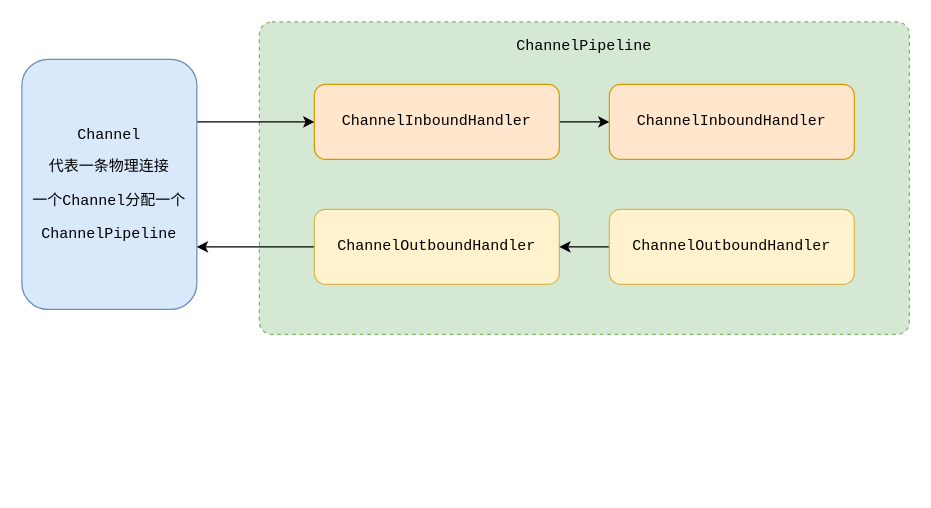
erlieStar/diagrams keeps this draw.io diagram as netty/channelHandlerContext.drawio. Above is the earlier version. Source tidied: cells renumbered, new cells numbered last; positions are measured from the earlier drawing's top-left corner, leaving out a move shared by most shapes. Both pictures are drawn from the tidied source at 125%, with x=0, y=0 at pixel (21, 21).
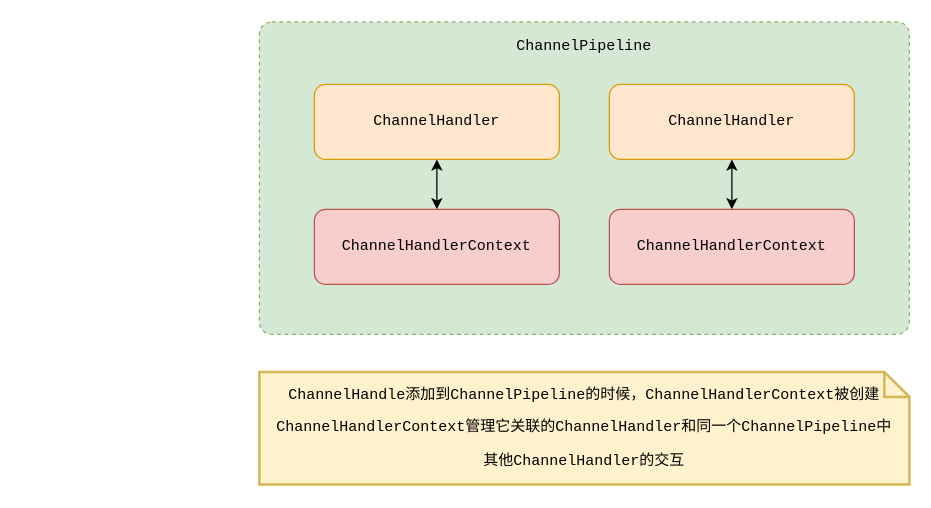
Above is the later version.

Diff of the diagram source:
```diff
@@
 <mxGraphModel>
   <root>
     <mxCell id="0" />
     <mxCell id="1" parent="0" />
     <mxCell id="2" style="html=1;align=center;verticalAlign=top;rounded=1;absoluteArcSize=1;arcSize=20;dashed=1;fillColor=#d5e8d4;strokeColor=#82b366;" parent="1" vertex="1">
       <mxGeometry x="190" width="520" height="250" as="geometry" />
     </mxCell>
-    <mxCell id="3" style="edgeStyle=orthogonalEdgeStyle;rounded=0;jettySize=auto;html=1;exitX=1;exitY=0.25;exitDx=0;exitDy=0;entryX=0;entryY=0.5;entryDx=0;entryDy=0;" parent="1" edge="1" source="4" target="6">
-      <mxGeometry relative="1" as="geometry" />
-    </mxCell>
-    <mxCell id="4" value="&lt;pre&gt;Channel&lt;/pre&gt;&lt;pre&gt;代表一条物理连接&lt;/pre&gt;&lt;pre&gt;一个Channel分配一个&lt;/pre&gt;&lt;pre&gt;&lt;pre&gt;ChannelPipeline&lt;/pre&gt;&lt;/pre&gt;" style="rounded=1;whiteSpace=wrap;html=1;fillColor=#dae8fc;strokeColor=#6c8ebf;" parent="1" vertex="1">
-      <mxGeometry y="30" width="140" height="200" as="geometry" />
-    </mxCell>
-    <mxCell id="5" style="edgeStyle=orthogonalEdgeStyle;rounded=0;jettySize=auto;html=1;exitX=1;exitY=0.5;exitDx=0;exitDy=0;entryX=0;entryY=0.5;entryDx=0;entryDy=0;" parent="1" edge="1" source="6" target="7">
-      <mxGeometry relative="1" as="geometry" />
-    </mxCell>
+    <mxCell id="13" style="edgeStyle=orthogonalEdgeStyle;rounded=0;jettySize=auto;html=1;exitX=0.5;exitY=1;exitDx=0;exitDy=0;entryX=0.5;entryY=0;entryDx=0;entryDy=0;startArrow=classic;startFill=1;" parent="1" edge="1" source="6" target="9">
+      <mxGeometry relative="1" as="geometry" />
+    </mxCell>
-    <mxCell id="6" value="&lt;pre&gt;&lt;pre&gt;ChannelInboundHandler&lt;/pre&gt;&lt;/pre&gt;" style="rounded=1;whiteSpace=wrap;html=1;fillColor=#ffe6cc;strokeColor=#d79b00;" parent="1" vertex="1">
+    <mxCell id="6" value="&lt;pre&gt;&lt;pre&gt;ChannelHandler&lt;/pre&gt;&lt;/pre&gt;" style="rounded=1;whiteSpace=wrap;html=1;fillColor=#ffe6cc;strokeColor=#d79b00;" parent="1" vertex="1">
       <mxGeometry x="234" y="50" width="196" height="60" as="geometry" />
     </mxCell>
+    <mxCell id="14" style="edgeStyle=orthogonalEdgeStyle;rounded=0;jettySize=auto;html=1;exitX=0.5;exitY=1;exitDx=0;exitDy=0;entryX=0.5;entryY=0;entryDx=0;entryDy=0;startArrow=classic;startFill=1;" parent="1" edge="1" source="7" target="11">
+      <mxGeometry relative="1" as="geometry" />
+    </mxCell>
-    <mxCell id="7" value="&lt;pre&gt;&lt;pre&gt;ChannelInboundHandler&lt;/pre&gt;&lt;/pre&gt;" style="rounded=1;whiteSpace=wrap;html=1;fillColor=#ffe6cc;strokeColor=#d79b00;" parent="1" vertex="1">
+    <mxCell id="7" value="&lt;pre&gt;&lt;pre&gt;ChannelHandler&lt;/pre&gt;&lt;/pre&gt;" style="rounded=1;whiteSpace=wrap;html=1;fillColor=#ffe6cc;strokeColor=#d79b00;" parent="1" vertex="1">
       <mxGeometry x="470" y="50" width="196" height="60" as="geometry" />
     </mxCell>
-    <mxCell id="8" style="edgeStyle=orthogonalEdgeStyle;rounded=0;jettySize=auto;html=1;exitX=0;exitY=0.5;exitDx=0;exitDy=0;entryX=1;entryY=0.75;entryDx=0;entryDy=0;" parent="1" edge="1" source="9" target="4">
-      <mxGeometry relative="1" as="geometry" />
-    </mxCell>
-    <mxCell id="9" value="&lt;pre&gt;&lt;pre&gt;&lt;pre&gt;ChannelOutboundHandler&lt;/pre&gt;&lt;/pre&gt;&lt;/pre&gt;" style="rounded=1;whiteSpace=wrap;html=1;fillColor=#fff2cc;strokeColor=#d6b656;" parent="1" vertex="1">
+    <mxCell id="9" value="&lt;pre&gt;&lt;pre&gt;&lt;pre&gt;&lt;pre&gt;ChannelHandlerContext&lt;/pre&gt;&lt;/pre&gt;&lt;/pre&gt;&lt;/pre&gt;" style="rounded=1;whiteSpace=wrap;html=1;fillColor=#f8cecc;strokeColor=#b85450;" parent="1" vertex="1">
       <mxGeometry x="234" y="150" width="196" height="60" as="geometry" />
     </mxCell>
-    <mxCell id="10" style="edgeStyle=orthogonalEdgeStyle;rounded=0;jettySize=auto;html=1;exitX=0;exitY=0.5;exitDx=0;exitDy=0;entryX=1;entryY=0.5;entryDx=0;entryDy=0;" parent="1" edge="1" source="11" target="9">
-      <mxGeometry relative="1" as="geometry" />
-    </mxCell>
-    <mxCell id="11" value="&lt;pre&gt;&lt;pre&gt;&lt;pre&gt;ChannelOutboundHandler&lt;/pre&gt;&lt;/pre&gt;&lt;/pre&gt;" style="rounded=1;whiteSpace=wrap;html=1;fillColor=#fff2cc;strokeColor=#d6b656;" parent="1" vertex="1">
+    <mxCell id="11" value="&lt;pre&gt;&lt;pre&gt;&lt;pre&gt;&lt;pre&gt;ChannelHandlerContext&lt;/pre&gt;&lt;/pre&gt;&lt;/pre&gt;&lt;/pre&gt;" style="rounded=1;whiteSpace=wrap;html=1;fillColor=#f8cecc;strokeColor=#b85450;" parent="1" vertex="1">
       <mxGeometry x="470" y="150" width="196" height="60" as="geometry" />
     </mxCell>
     <mxCell id="12" value="&lt;pre&gt;ChannelPipeline&lt;/pre&gt;" style="text;html=1;strokeColor=none;fillColor=none;align=center;verticalAlign=middle;whiteSpace=wrap;rounded=0;" parent="1" vertex="1">
       <mxGeometry x="388" y="10" width="124" height="20" as="geometry" />
     </mxCell>
+    <mxCell id="15" value="&lt;pre style=&quot;color: rgb(0 , 0 , 0) ; font-size: 12px&quot;&gt;ChannelHandle添加到ChannelPipeline的时候，ChannelHandlerContext被创建&lt;/pre&gt;&lt;pre style=&quot;color: rgb(0 , 0 , 0) ; font-size: 12px&quot;&gt;&lt;pre&gt;ChannelHandlerContext管理它关联的ChannelHandler和同一个ChannelPipeline中&lt;/pre&gt;&lt;pre&gt;其他ChannelHandler的交互&lt;/pre&gt;&lt;/pre&gt;" style="shape=note;strokeWidth=2;fontSize=14;size=20;whiteSpace=wrap;html=1;fillColor=#fff2cc;strokeColor=#d6b656;fontColor=#666600;" parent="1" vertex="1">
+      <mxGeometry x="190" y="280" width="520" height="90" as="geometry" />
+    </mxCell>
   </root>
 </mxGraphModel>
```
